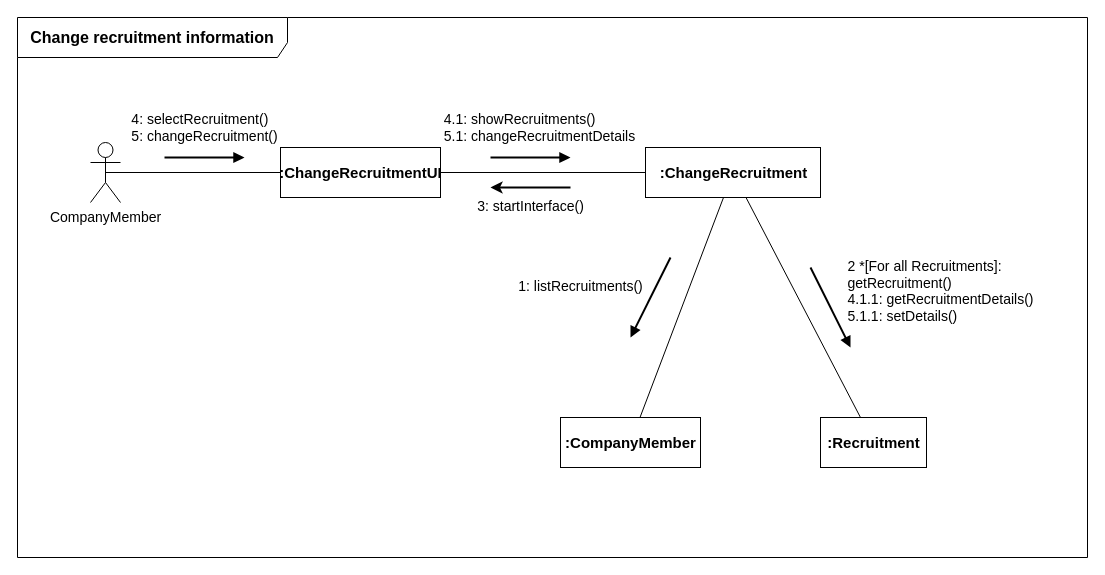
Before: page "채용정보 수정" (2 of 4) of B811010_고한강/소공과제2.drawio in FinancialWorld16/SE_TEAM, a draw.io diagram. Source tidied: cells renumbered, new cells numbered last; positions are measured from the earlier drawing's top-left corner, leaving out a move shared by most shapes. Both pictures are drawn from the tidied source at 100%, with x=0, y=0 at pixel (17, 17).
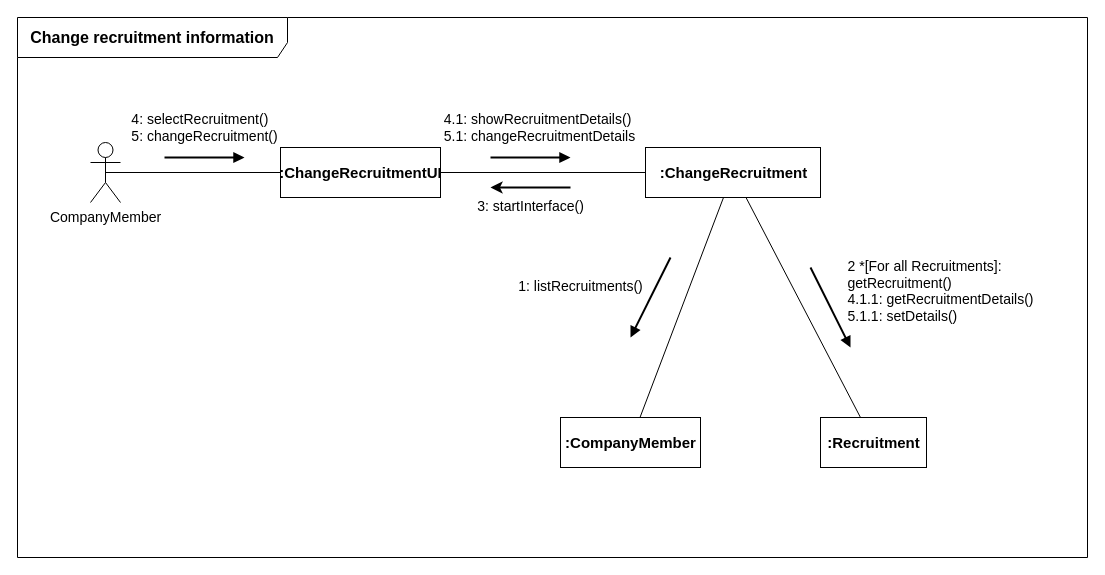
The same page after the edit.

The edit, as a diff of the source:
```diff
@@
-    <mxCell id="16" value="&lt;div style=&quot;text-align: left; font-size: 14px;&quot;&gt;&lt;font style=&quot;font-size: 14px;&quot;&gt;4.1: showRecruitments()&lt;/font&gt;&lt;/div&gt;&lt;div style=&quot;text-align: left; font-size: 14px;&quot;&gt;&lt;font style=&quot;font-size: 14px;&quot;&gt;5.1: changeRecruitmentDetails&lt;/font&gt;&lt;/div&gt;" style="html=1;verticalAlign=bottom;endArrow=block;rounded=0;arcSize=20;strokeWidth=2;" parent="1" edge="1">
+    <mxCell id="16" value="&lt;div style=&quot;text-align: left; font-size: 14px;&quot;&gt;&lt;font style=&quot;font-size: 14px;&quot;&gt;4.1: showRecruitmentDetails()&lt;/font&gt;&lt;/div&gt;&lt;div style=&quot;text-align: left; font-size: 14px;&quot;&gt;&lt;font style=&quot;font-size: 14px;&quot;&gt;5.1: changeRecruitmentDetails&lt;/font&gt;&lt;/div&gt;" style="html=1;verticalAlign=bottom;endArrow=block;rounded=0;arcSize=20;strokeWidth=2;" parent="1" edge="1">
       <mxGeometry x="0.25" y="10" relative="1" as="geometry">
         <mxPoint x="473" y="140" as="sourcePoint" />
         <mxPoint x="553" y="140" as="targetPoint" />
         <mxPoint x="-1" as="offset" />
       </mxGeometry>
     </mxCell>
```
